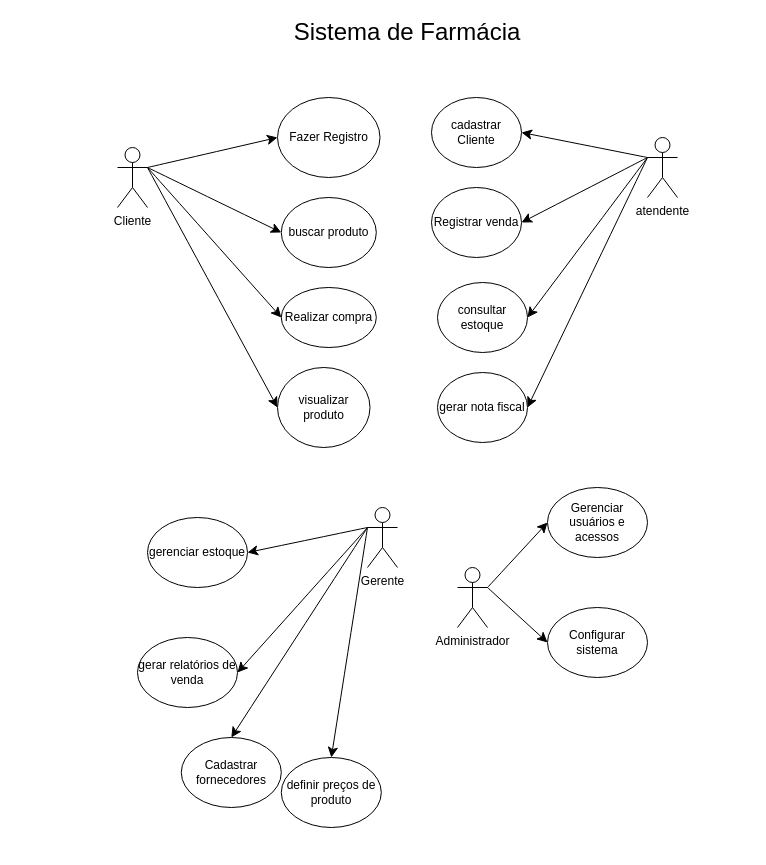
Earlier version of the draw.io diagram page "Página-11" (11 of 17) of Diagrama sem nome.drawio (jkkauany/diagramaderequisitos). Source tidied: cells renumbered, new cells numbered last; positions are measured from the earlier drawing's top-left corner, leaving out a move shared by most shapes. Both pictures are drawn from the tidied source at 100%, with x=0, y=0 at pixel (117, 17).
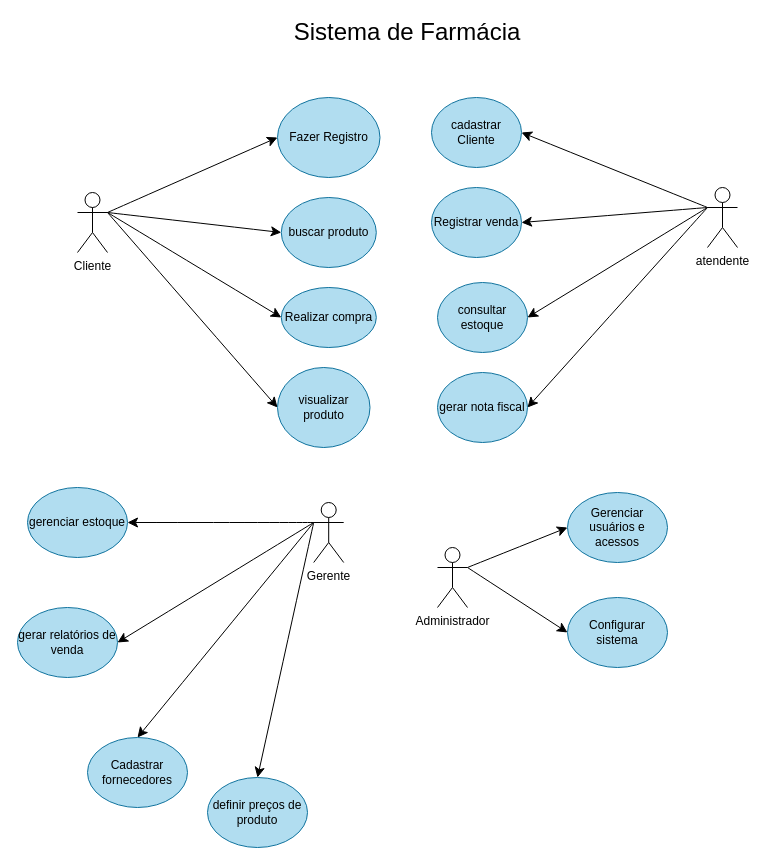
The same diagram, later.

What changed in the source:
```diff
@@
     <mxCell id="7" value="Cliente" style="shape=umlActor;verticalLabelPosition=bottom;verticalAlign=top;html=1;outlineConnect=0;" parent="1" vertex="1">
-      <mxGeometry y="130" width="30" height="60" as="geometry" />
+      <mxGeometry x="-40" y="175" width="30" height="60" as="geometry" />
     </mxCell>
-    <mxCell id="8" value="Fazer Registro" style="ellipse;whiteSpace=wrap;html=1;" parent="1" vertex="1">
+    <mxCell id="8" value="Fazer Registro" style="ellipse;whiteSpace=wrap;html=1;fillColor=#b1ddf0;strokeColor=#10739e;" parent="1" vertex="1">
       <mxGeometry x="160" y="80" width="102.5" height="80" as="geometry" />
     </mxCell>
-    <mxCell id="9" value="buscar produto" style="ellipse;whiteSpace=wrap;html=1;" parent="1" vertex="1">
+    <mxCell id="9" value="buscar produto" style="ellipse;whiteSpace=wrap;html=1;fillColor=#b1ddf0;strokeColor=#10739e;" parent="1" vertex="1">
       <mxGeometry x="163.8" y="180" width="95" height="70" as="geometry" />
     </mxCell>
-    <mxCell id="10" value="Realizar compra" style="ellipse;whiteSpace=wrap;html=1;" parent="1" vertex="1">
+    <mxCell id="10" value="Realizar compra" style="ellipse;whiteSpace=wrap;html=1;fillColor=#b1ddf0;strokeColor=#10739e;" parent="1" vertex="1">
       <mxGeometry x="163.8" y="270" width="95" height="60" as="geometry" />
     </mxCell>
-    <mxCell id="11" value="visualizar produto" style="ellipse;whiteSpace=wrap;html=1;" parent="1" vertex="1">
+    <mxCell id="11" value="visualizar produto" style="ellipse;whiteSpace=wrap;html=1;fillColor=#b1ddf0;strokeColor=#10739e;" parent="1" vertex="1">
       <mxGeometry x="160" y="350" width="92.5" height="80" as="geometry" />
     </mxCell>
@@
     <mxCell id="16" value="atendente" style="shape=umlActor;verticalLabelPosition=bottom;verticalAlign=top;html=1;outlineConnect=0;" parent="1" vertex="1">
-      <mxGeometry x="530" y="120" width="30" height="60" as="geometry" />
+      <mxGeometry x="590" y="170" width="30" height="60" as="geometry" />
     </mxCell>
-    <mxCell id="17" value="cadastrar Cliente" style="ellipse;whiteSpace=wrap;html=1;" parent="1" vertex="1">
+    <mxCell id="17" value="cadastrar Cliente" style="ellipse;whiteSpace=wrap;html=1;fillColor=#b1ddf0;strokeColor=#10739e;" parent="1" vertex="1">
       <mxGeometry x="314" y="80" width="90" height="70" as="geometry" />
     </mxCell>
-    <mxCell id="18" value="Registrar venda" style="ellipse;whiteSpace=wrap;html=1;" parent="1" vertex="1">
+    <mxCell id="18" value="Registrar venda" style="ellipse;whiteSpace=wrap;html=1;fillColor=#b1ddf0;strokeColor=#10739e;" parent="1" vertex="1">
       <mxGeometry x="314" y="170" width="90" height="70" as="geometry" />
     </mxCell>
-    <mxCell id="19" value="consultar estoque" style="ellipse;whiteSpace=wrap;html=1;" parent="1" vertex="1">
+    <mxCell id="19" value="consultar estoque" style="ellipse;whiteSpace=wrap;html=1;fillColor=#b1ddf0;strokeColor=#10739e;" parent="1" vertex="1">
       <mxGeometry x="320" y="265" width="90" height="70" as="geometry" />
     </mxCell>
-    <mxCell id="20" value="gerar nota fiscal" style="ellipse;whiteSpace=wrap;html=1;" parent="1" vertex="1">
+    <mxCell id="20" value="gerar nota fiscal" style="ellipse;whiteSpace=wrap;html=1;fillColor=#b1ddf0;strokeColor=#10739e;" parent="1" vertex="1">
       <mxGeometry x="320" y="355" width="90" height="70" as="geometry" />
     </mxCell>
@@
     <mxCell id="25" value="Gerente" style="shape=umlActor;verticalLabelPosition=bottom;verticalAlign=top;html=1;outlineConnect=0;" parent="1" vertex="1">
-      <mxGeometry x="250" y="490" width="30" height="60" as="geometry" />
+      <mxGeometry x="196.2" y="485" width="30" height="60" as="geometry" />
     </mxCell>
-    <mxCell id="26" value="gerenciar estoque" style="ellipse;whiteSpace=wrap;html=1;" parent="1" vertex="1">
-      <mxGeometry x="30" y="500" width="100" height="70" as="geometry" />
+    <mxCell id="26" value="gerenciar estoque" style="ellipse;whiteSpace=wrap;html=1;fillColor=#b1ddf0;strokeColor=#10739e;" parent="1" vertex="1">
+      <mxGeometry x="-90" y="470" width="100" height="70" as="geometry" />
     </mxCell>
-    <mxCell id="27" value="gerar relatórios de venda" style="ellipse;whiteSpace=wrap;html=1;" parent="1" vertex="1">
-      <mxGeometry x="20" y="620" width="100" height="70" as="geometry" />
+    <mxCell id="27" value="gerar relatórios de venda" style="ellipse;whiteSpace=wrap;html=1;fillColor=#b1ddf0;strokeColor=#10739e;" parent="1" vertex="1">
+      <mxGeometry x="-100" y="590" width="100" height="70" as="geometry" />
     </mxCell>
-    <mxCell id="28" value="Cadastrar fornecedores" style="ellipse;whiteSpace=wrap;html=1;" parent="1" vertex="1">
-      <mxGeometry x="63.8" y="720" width="100" height="70" as="geometry" />
+    <mxCell id="28" value="Cadastrar fornecedores" style="ellipse;whiteSpace=wrap;html=1;fillColor=#b1ddf0;strokeColor=#10739e;" parent="1" vertex="1">
+      <mxGeometry x="-30" y="720" width="100" height="70" as="geometry" />
     </mxCell>
-    <mxCell id="29" value="definir preços de produto" style="ellipse;whiteSpace=wrap;html=1;" parent="1" vertex="1">
-      <mxGeometry x="163.8" y="740" width="100" height="70" as="geometry" />
+    <mxCell id="29" value="definir preços de produto" style="ellipse;whiteSpace=wrap;html=1;fillColor=#b1ddf0;strokeColor=#10739e;" parent="1" vertex="1">
+      <mxGeometry x="90" y="760" width="100" height="70" as="geometry" />
     </mxCell>
@@
     <mxCell id="32" value="Administrador" style="shape=umlActor;verticalLabelPosition=bottom;verticalAlign=top;html=1;outlineConnect=0;" parent="1" vertex="1">
-      <mxGeometry x="340" y="550" width="30" height="60" as="geometry" />
+      <mxGeometry x="320" y="530" width="30" height="60" as="geometry" />
     </mxCell>
-    <mxCell id="33" value="Gerenciar usuários e acessos" style="ellipse;whiteSpace=wrap;html=1;" parent="1" vertex="1">
-      <mxGeometry x="430" y="470" width="100" height="70" as="geometry" />
+    <mxCell id="33" value="Gerenciar usuários e acessos" style="ellipse;whiteSpace=wrap;html=1;fillColor=#b1ddf0;strokeColor=#10739e;" parent="1" vertex="1">
+      <mxGeometry x="450" y="475" width="100" height="70" as="geometry" />
     </mxCell>
-    <mxCell id="34" value="Configurar sistema" style="ellipse;whiteSpace=wrap;html=1;" parent="1" vertex="1">
-      <mxGeometry x="430" y="590" width="100" height="70" as="geometry" />
+    <mxCell id="34" value="Configurar sistema" style="ellipse;whiteSpace=wrap;html=1;fillColor=#b1ddf0;strokeColor=#10739e;" parent="1" vertex="1">
+      <mxGeometry x="450" y="580" width="100" height="70" as="geometry" />
     </mxCell>
```
